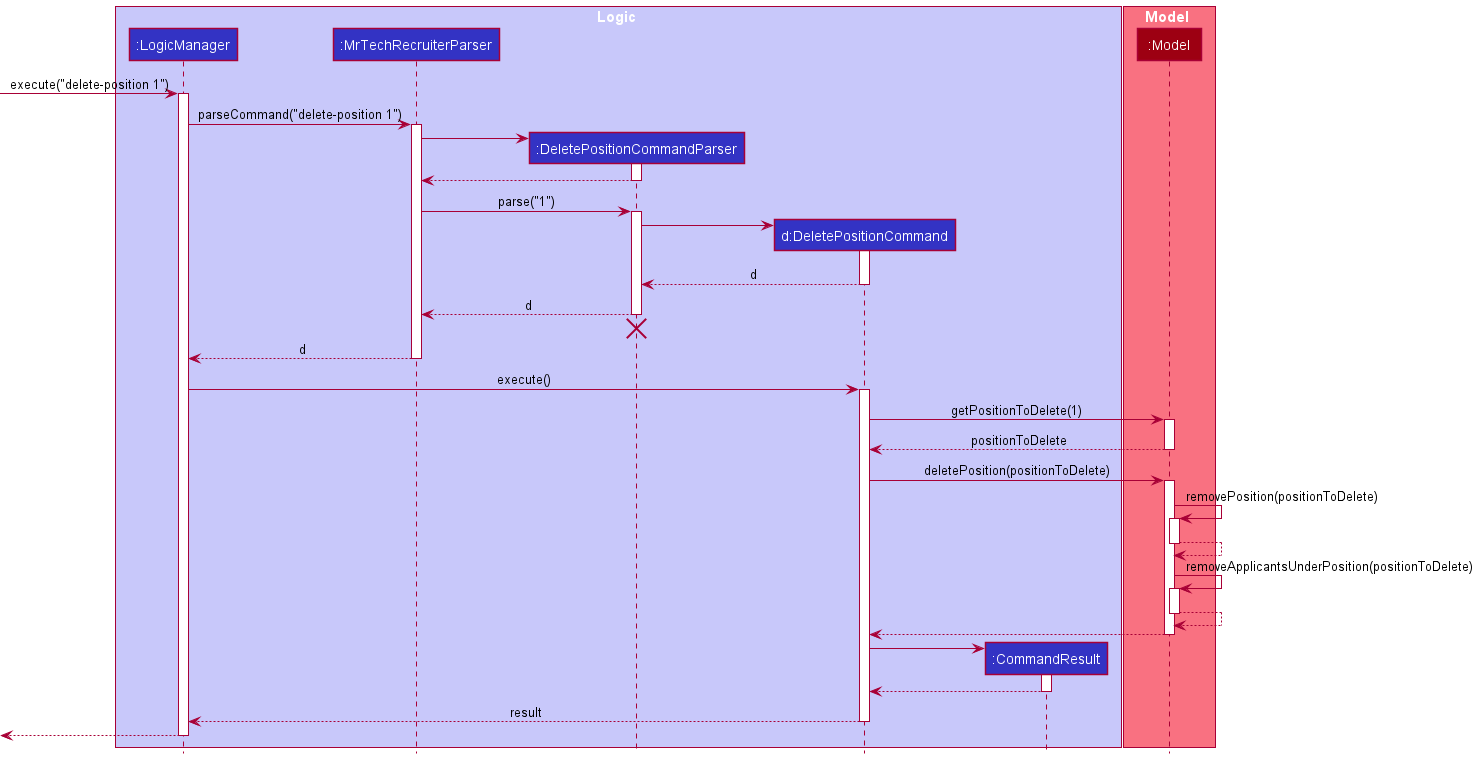
Above: docs/images/DeleteSequenceDiagram.png in nus-cs2103-AY2122S1/tp (PlantUML), before the change.
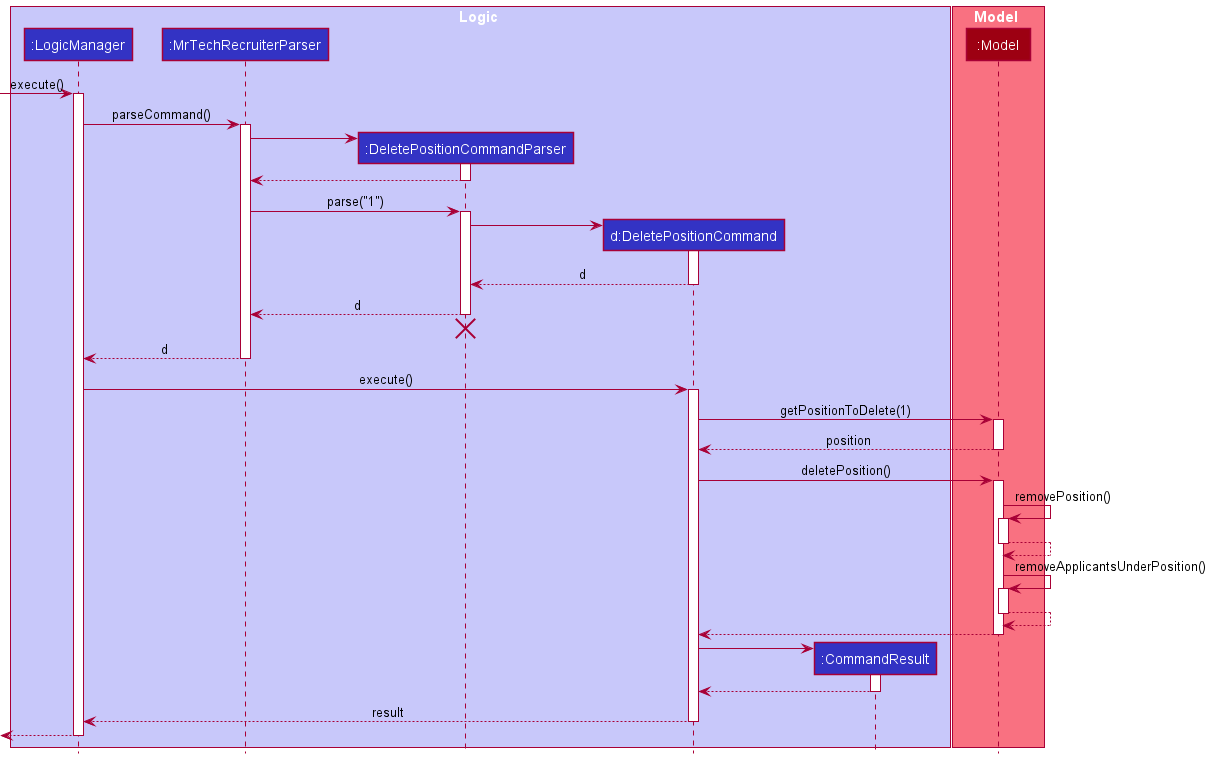
The same file after the commit.

Commit message:
Make the diagram smaller

Diff of the diagram source:
```diff
@@ -13,10 +13,10 @@
 participant ":Model" as Model MODEL_COLOR
 end box
 
-[-> LogicManager : execute("delete-position 1")
+[-> LogicManager : execute()
 activate LogicManager
 
-LogicManager -> MrTechRecruiterParser : parseCommand("delete-position 1")
+LogicManager -> MrTechRecruiterParser : parseCommand()
 activate MrTechRecruiterParser
 
 create DeletePositionCommandParser
@@ -49,17 +49,17 @@
 
 DeletePositionCommand -> Model : getPositionToDelete(1)
 activate Model
-Model --> DeletePositionCommand : positionToDelete
+Model --> DeletePositionCommand : position
 deactivate Model
 
-DeletePositionCommand -> Model : deletePosition(positionToDelete)
+DeletePositionCommand -> Model : deletePosition()
 activate Model
-Model -> Model : removePosition(positionToDelete)
+Model -> Model : removePosition()
 activate Model
 Model --> Model
 deactivate Model
 
-Model -> Model : removeApplicantsUnderPosition(positionToDelete)
+Model -> Model : removeApplicantsUnderPosition()
 activate Model
 Model --> Model
 deactivate Model
```
